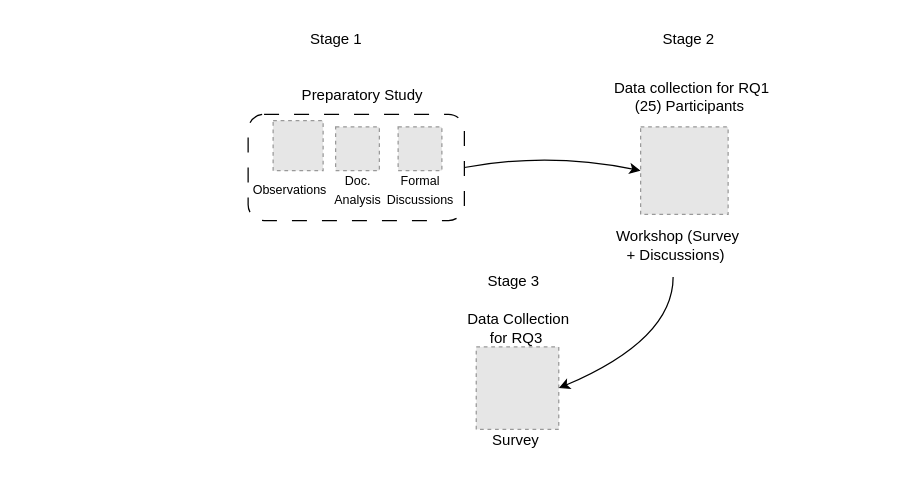
Above: Method.drawio in amnapir/Figures (draw.io), before the change. Source tidied: cells renumbered, new cells numbered last; positions are measured from the earlier drawing's top-left corner, leaving out a move shared by most shapes. Both pictures are drawn from the tidied source at 125%, with x=0, y=0 at pixel (248, 21). Pictures stored in the file or linked from it are replaced by grey dashed boxes.
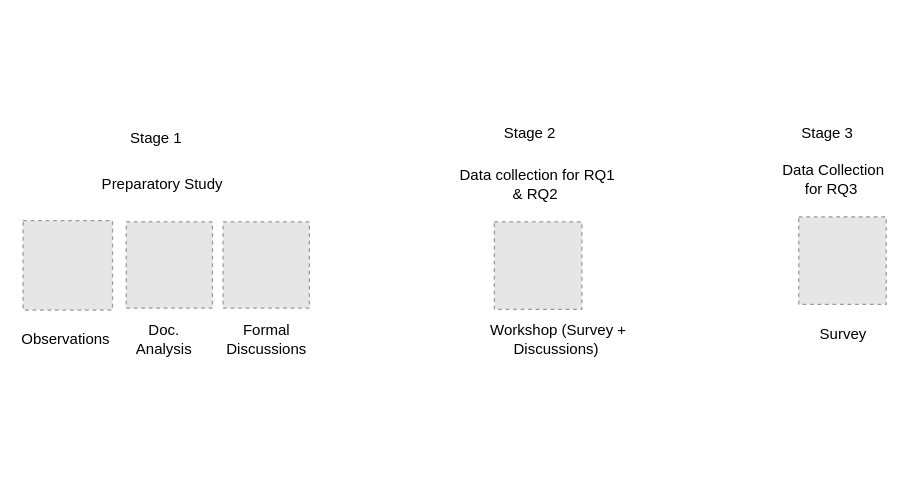
The same diagram, later.

What changed in the source:
```diff
@@
     <mxCell id="2" style="fillColor=#E6E6E6;strokeColor=#999999;dashed=1;verticalLabelPosition=bottom;labelBackgroundColor=default;verticalAlign=top;" parent="1" vertex="1">
-      <mxGeometry x="182.5" y="260" width="66" height="66" as="geometry" />
+      <mxGeometry x="440.5" y="156" width="70" height="70" as="geometry" />
     </mxCell>
     <mxCell id="3" style="fillColor=#E6E6E6;strokeColor=#999999;dashed=1;verticalLabelPosition=bottom;labelBackgroundColor=default;verticalAlign=top;" parent="1" vertex="1">
-      <mxGeometry x="314" y="84" width="70" height="70" as="geometry" />
+      <mxGeometry x="197" y="160" width="70" height="70" as="geometry" />
     </mxCell>
-    <mxCell id="4" style="curved=1;endArrow=classic;html=1;rounded=0;exitX=1;exitY=0.5;exitDx=0;exitDy=0;entryX=0;entryY=0.5;entryDx=0;entryDy=0;" parent="1" edge="1" source="14" target="3">
-      <mxGeometry relative="1" as="geometry">
-        <Array as="points">
-          <mxPoint x="240" y="104" />
-        </Array>
-      </mxGeometry>
-    </mxCell>
     <mxCell id="5" value="Workshop (Survey + Discussions)&amp;nbsp;" style="text;html=1;strokeColor=none;fillColor=none;align=center;verticalAlign=middle;whiteSpace=wrap;rounded=0;" parent="1" vertex="1">
-      <mxGeometry x="291" y="164" width="106" height="30" as="geometry" />
+      <mxGeometry x="160" y="239" width="177" height="30" as="geometry" />
     </mxCell>
     <mxCell id="6" value="Preparatory Study &amp;nbsp;" style="text;html=1;strokeColor=none;fillColor=none;align=center;verticalAlign=middle;whiteSpace=wrap;rounded=0;" parent="1" vertex="1">
-      <mxGeometry x="30" y="44" width="130" height="30" as="geometry" />
+      <mxGeometry x="-130" y="115" width="130" height="30" as="geometry" />
     </mxCell>
-    <mxCell id="7" value="&amp;nbsp;Data collection for RQ1 (25) Participants" style="text;html=1;strokeColor=none;fillColor=none;align=center;verticalAlign=middle;whiteSpace=wrap;rounded=0;" parent="1" vertex="1">
-      <mxGeometry x="280" y="30" width="147" height="60" as="geometry" />
+    <mxCell id="7" value="&amp;nbsp;Data collection for RQ1 &amp;amp; RQ2" style="text;html=1;strokeColor=none;fillColor=none;align=center;verticalAlign=middle;whiteSpace=wrap;rounded=0;" parent="1" vertex="1">
+      <mxGeometry x="160" y="102.5" width="140" height="55" as="geometry" />
     </mxCell>
     <mxCell id="8" style="fillColor=#E6E6E6;strokeColor=#999999;dashed=1;verticalLabelPosition=bottom;labelBackgroundColor=default;verticalAlign=top;" parent="1" vertex="1">
-      <mxGeometry x="20" y="79" width="40" height="40" as="geometry" />
+      <mxGeometry x="-180" y="159" width="71.5" height="71.5" as="geometry" />
     </mxCell>
     <mxCell id="9" style="fillColor=#E6E6E6;strokeColor=#999999;dashed=1;verticalLabelPosition=bottom;labelBackgroundColor=default;verticalAlign=top;" parent="1" vertex="1">
-      <mxGeometry x="70" y="84" width="35" height="35" as="geometry" />
+      <mxGeometry x="-97.5" y="160" width="69" height="69" as="geometry" />
     </mxCell>
     <mxCell id="10" style="fillColor=#E6E6E6;strokeColor=#999999;dashed=1;verticalLabelPosition=bottom;labelBackgroundColor=default;verticalAlign=top;" parent="1" vertex="1">
-      <mxGeometry x="120" y="84" width="35" height="35" as="geometry" />
+      <mxGeometry x="-20" y="160" width="69" height="69" as="geometry" />
     </mxCell>
-    <mxCell id="11" value="&lt;font style=&quot;font-size: 10px;&quot;&gt;Observations&amp;nbsp;&lt;/font&gt;" style="text;html=1;strokeColor=none;fillColor=none;align=center;verticalAlign=middle;whiteSpace=wrap;rounded=0;" parent="1" vertex="1">
-      <mxGeometry x="25" y="129" width="20" height="10" as="geometry" />
+    <mxCell id="11" value="&lt;font style=&quot;font-size: 12px;&quot;&gt;Observations&amp;nbsp;&lt;/font&gt;" style="text;html=1;strokeColor=none;fillColor=none;align=center;verticalAlign=middle;whiteSpace=wrap;rounded=0;" parent="1" vertex="1">
+      <mxGeometry x="-154.2" y="249" width="20" height="10" as="geometry" />
     </mxCell>
-    <mxCell id="12" value="&lt;font style=&quot;font-size: 10px;&quot;&gt;Doc. Analysis&lt;/font&gt;" style="text;html=1;strokeColor=none;fillColor=none;align=center;verticalAlign=middle;whiteSpace=wrap;rounded=0;" parent="1" vertex="1">
-      <mxGeometry x="57.5" y="129" width="60" height="10" as="geometry" />
+    <mxCell id="12" value="&lt;font style=&quot;font-size: 12px;&quot;&gt;Doc. Analysis&lt;/font&gt;" style="text;html=1;strokeColor=none;fillColor=none;align=center;verticalAlign=middle;whiteSpace=wrap;rounded=0;" parent="1" vertex="1">
+      <mxGeometry x="-97.5" y="249" width="60" height="10" as="geometry" />
     </mxCell>
-    <mxCell id="13" value="&lt;font style=&quot;font-size: 10px;&quot;&gt;Formal Discussions&lt;/font&gt;" style="text;html=1;strokeColor=none;fillColor=none;align=center;verticalAlign=middle;whiteSpace=wrap;rounded=0;" parent="1" vertex="1">
-      <mxGeometry x="107.5" y="129" width="60" height="10" as="geometry" />
+    <mxCell id="13" value="&lt;font style=&quot;font-size: 12px;&quot;&gt;Formal Discussions&lt;/font&gt;" style="text;html=1;strokeColor=none;fillColor=none;align=center;verticalAlign=middle;whiteSpace=wrap;rounded=0;" parent="1" vertex="1">
+      <mxGeometry x="-15.5" y="249" width="60" height="10" as="geometry" />
     </mxCell>
-    <mxCell id="14" style="rounded=1;whiteSpace=wrap;html=1;fillStyle=auto;dashed=1;dashPattern=12 12;fillColor=none;" parent="1" vertex="1">
-      <mxGeometry y="74" width="173" height="85" as="geometry" />
-    </mxCell>
-    <mxCell id="15" style="curved=1;endArrow=classic;html=1;rounded=0;entryX=1;entryY=0.5;entryDx=0;entryDy=0;" parent="1" edge="1" target="2">
-      <mxGeometry relative="1" as="geometry">
-        <mxPoint x="340" y="204" as="sourcePoint" />
-        <Array as="points">
-          <mxPoint x="340" y="254" />
-        </Array>
-      </mxGeometry>
-    </mxCell>
     <mxCell id="16" value="Survey&amp;nbsp;" style="text;html=1;strokeColor=none;fillColor=none;align=center;verticalAlign=middle;whiteSpace=wrap;rounded=0;" parent="1" vertex="1">
-      <mxGeometry x="185.5" y="320" width="60" height="30" as="geometry" />
+      <mxGeometry x="447.5" y="235" width="60" height="30" as="geometry" />
     </mxCell>
     <mxCell id="17" value="Data Collection for RQ3&amp;nbsp;" style="text;html=1;strokeColor=none;fillColor=none;align=center;verticalAlign=middle;whiteSpace=wrap;rounded=0;" parent="1" vertex="1">
-      <mxGeometry x="167.5" y="230" width="97" height="30" as="geometry" />
+      <mxGeometry x="420" y="111" width="97" height="30" as="geometry" />
     </mxCell>
     <mxCell id="18" value="Stage 1" style="text;whiteSpace=wrap;" parent="1" vertex="1">
-      <mxGeometry x="47.5" width="80" height="40" as="geometry" />
+      <mxGeometry x="-96.5" y="79" width="57.5" height="40" as="geometry" />
     </mxCell>
     <mxCell id="19" value="Stage 2" style="text;whiteSpace=wrap;" parent="1" vertex="1">
-      <mxGeometry x="330" width="80" height="40" as="geometry" />
+      <mxGeometry x="203" y="75" width="49" height="40" as="geometry" />
     </mxCell>
     <mxCell id="20" value="Stage 3" style="text;whiteSpace=wrap;" parent="1" vertex="1">
-      <mxGeometry x="190" y="194" width="80" height="40" as="geometry" />
+      <mxGeometry x="440.5" y="75" width="48.2" height="40" as="geometry" />
     </mxCell>
```
